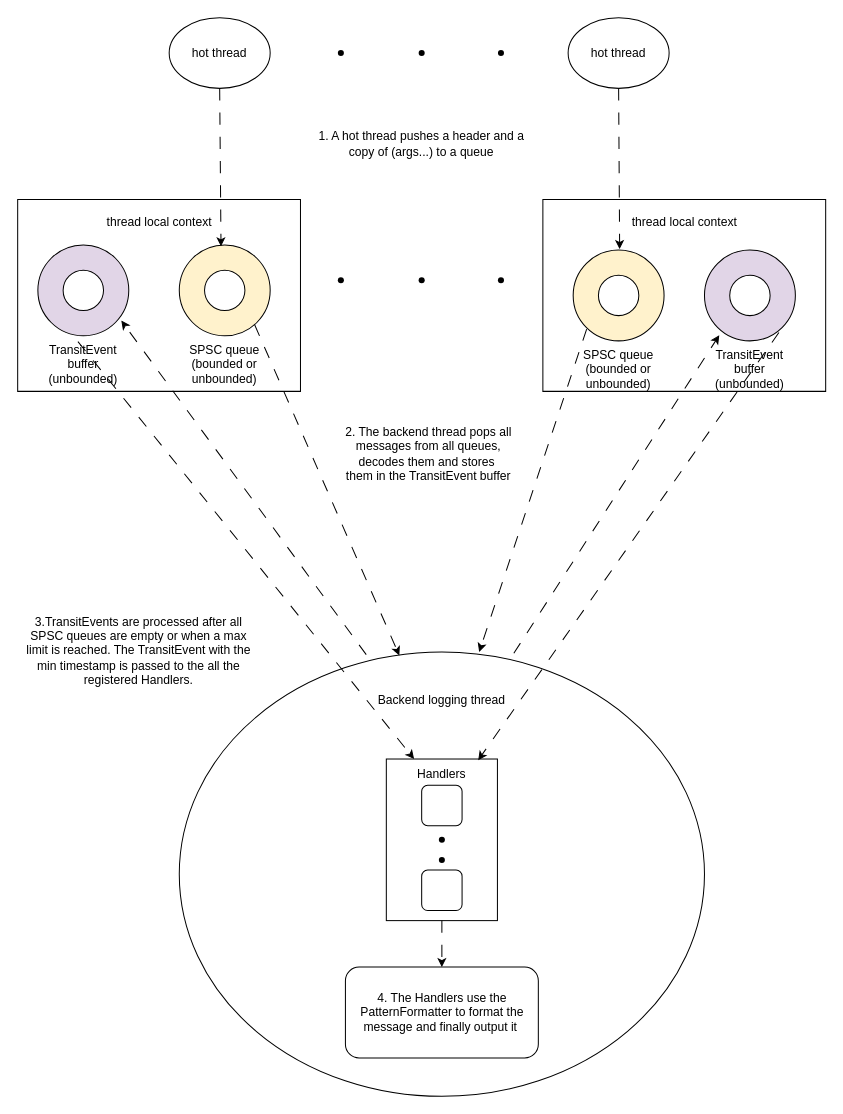
Above: docs/design.drawio in odygrd/quill (draw.io), before the change. Source tidied: cells renumbered, new cells numbered last; positions are measured from the earlier drawing's top-left corner, leaving out a move shared by most shapes. Both pictures are drawn from the tidied source at 101%, with x=0, y=0 at pixel (17, 17).
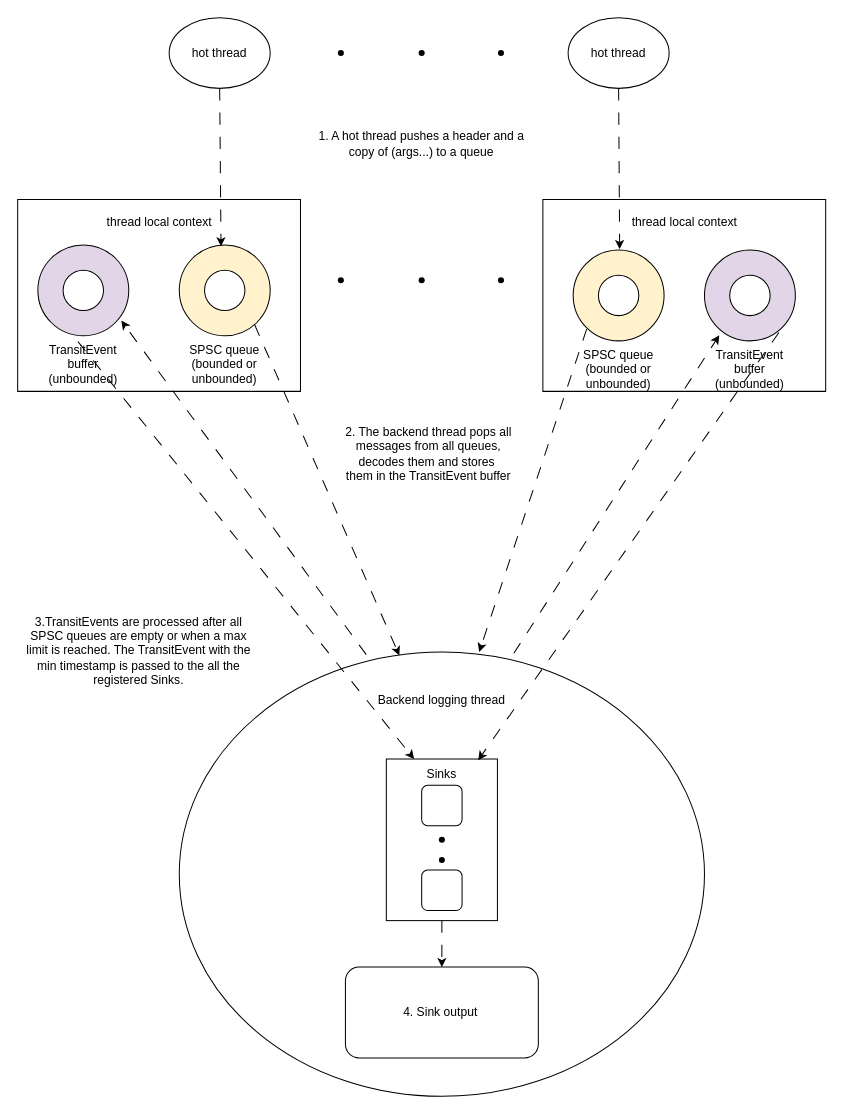
The same diagram, later.

Change to the diagram source:
```diff
@@
-    <mxCell id="22" value="3.TransitEvents are processed after all SPSC queues are empty or when a max limit is reached. The TransitEvent with the min timestamp is passed to the all the registered Handlers." style="text;html=1;strokeColor=none;fillColor=none;align=center;verticalAlign=middle;whiteSpace=wrap;rounded=0;" parent="1" vertex="1">
+    <mxCell id="22" value="3.TransitEvents are processed after all SPSC queues are empty or when a max limit is reached. The TransitEvent with the min timestamp is passed to the all the registered Sinks." style="text;html=1;strokeColor=none;fillColor=none;align=center;verticalAlign=middle;whiteSpace=wrap;rounded=0;" parent="1" vertex="1">
       <mxGeometry y="582" width="240" height="90" as="geometry" />
     </mxCell>
@@
-    <mxCell id="27" value="Handlers" style="text;html=1;strokeColor=none;fillColor=none;align=center;verticalAlign=middle;whiteSpace=wrap;rounded=0;" parent="1" vertex="1">
+    <mxCell id="27" value="Sinks" style="text;html=1;strokeColor=none;fillColor=none;align=center;verticalAlign=middle;whiteSpace=wrap;rounded=0;" parent="1" vertex="1">
       <mxGeometry x="390" y="734" width="60" height="30" as="geometry" />
     </mxCell>
@@
-    <mxCell id="35" value="4. The Handlers use the PatternFormatter to format the message and finally output it&amp;nbsp;" style="rounded=1;whiteSpace=wrap;html=1;shadow=0;sketch=0;strokeColor=#000000;" parent="1" vertex="1">
+    <mxCell id="35" value="4. Sink output&amp;nbsp;" style="rounded=1;whiteSpace=wrap;html=1;shadow=0;sketch=0;strokeColor=#000000;" parent="1" vertex="1">
       <mxGeometry x="324.5" y="940" width="191" height="90" as="geometry" />
     </mxCell>
```
